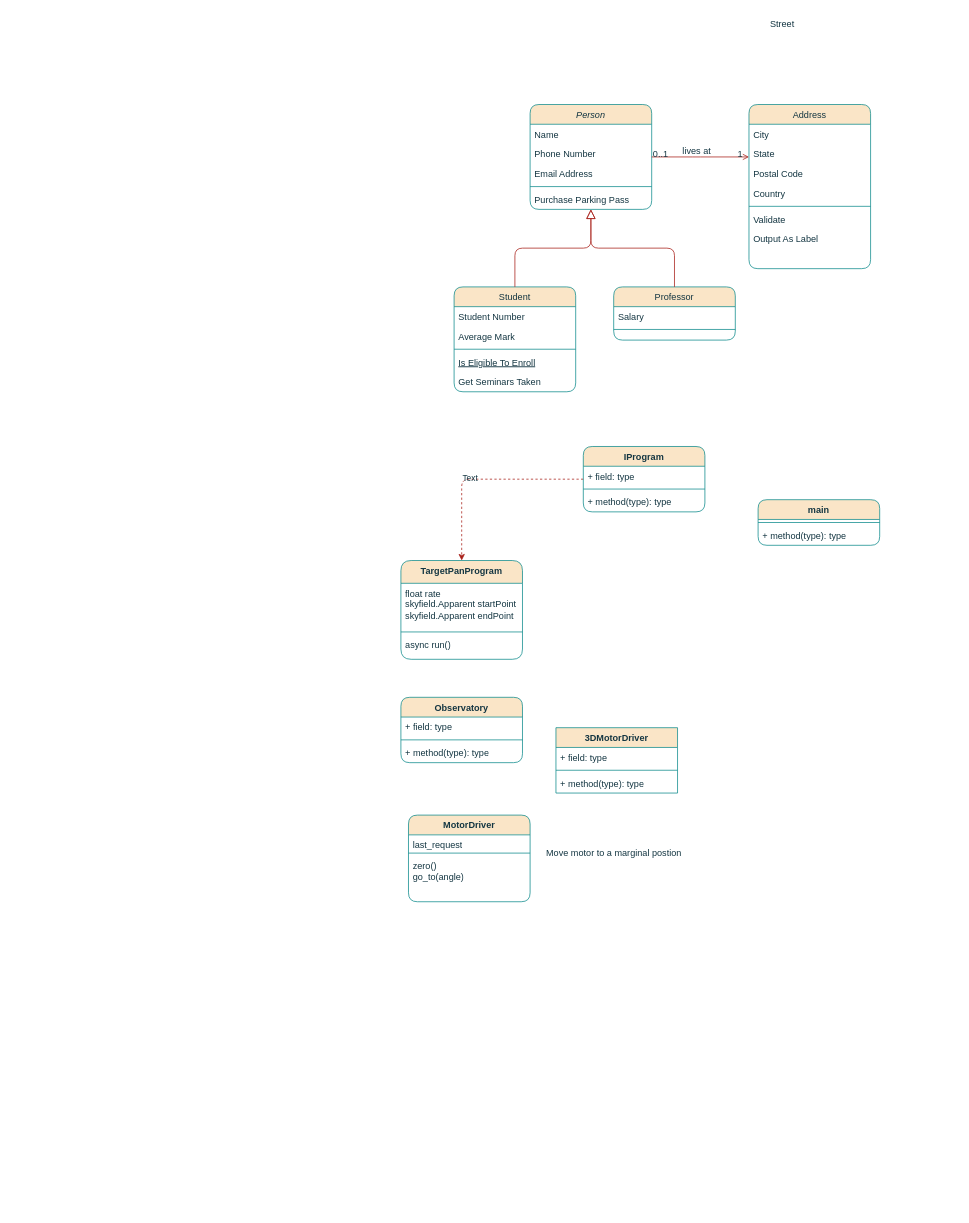
This is Untitled Diagram.drawio from SkyTrackerz/AstroTrekker, a draw.io file, before an edit. Source tidied: cells renumbered, new cells numbered last; positions are measured from the earlier drawing's top-left corner, leaving out a move shared by most shapes. Both pictures are drawn from the tidied source at 76%, with x=0, y=0 at pixel (401, 13).
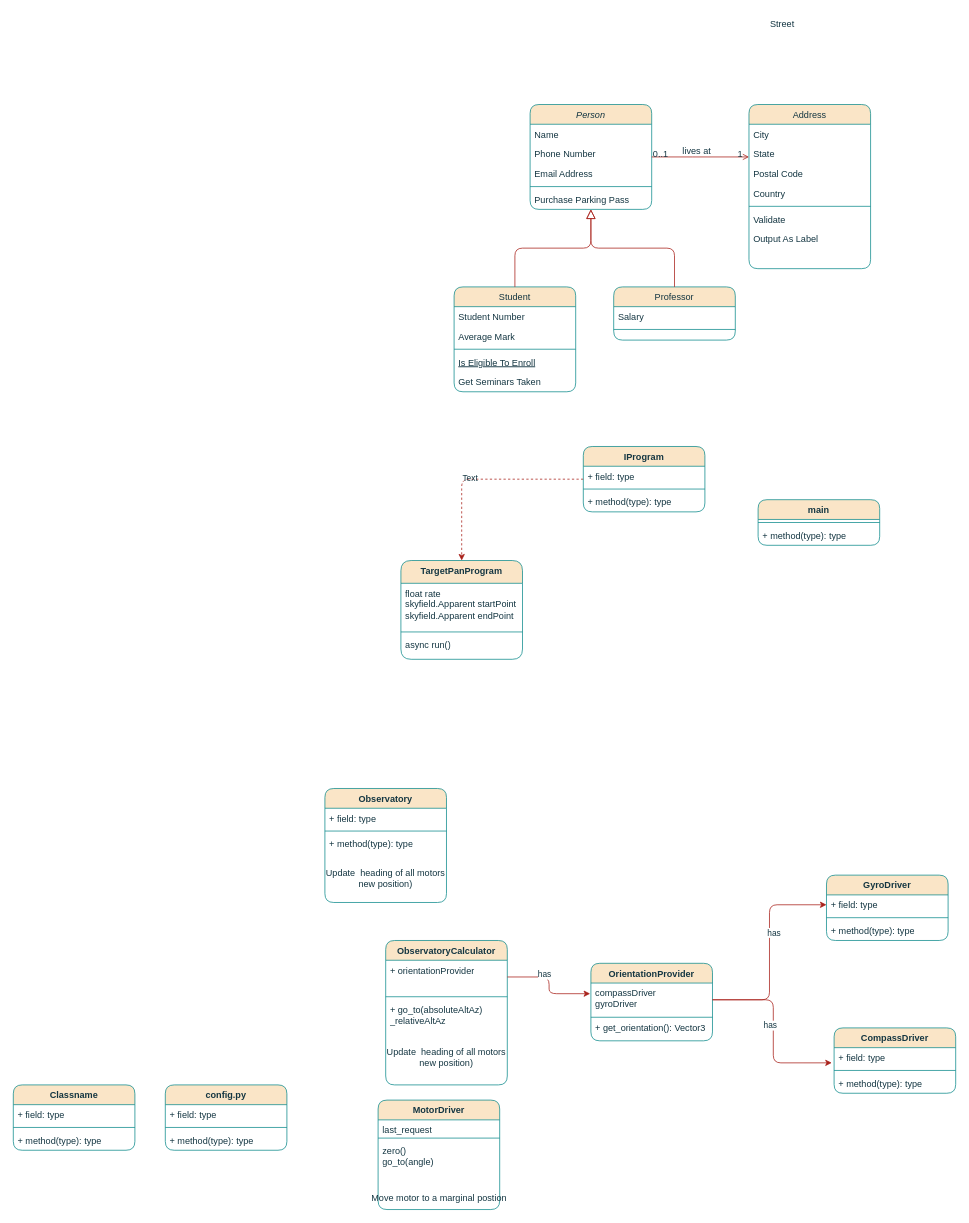
After the change.

Diff of the diagram source:
```diff
@@
     <mxCell id="45" value="Observatory" style="swimlane;fontStyle=1;align=center;verticalAlign=top;horizontal=1;startSize=26;whiteSpace=wrap;html=1;rounded=1;labelBackgroundColor=none;fillColor=#FAE5C7;strokeColor=#0F8B8D;fontColor=#143642;" parent="1" vertex="1">
-      <mxGeometry y="900" width="160" height="86" as="geometry" />
+      <mxGeometry x="-100" y="1020" width="160" height="150" as="geometry" />
     </mxCell>
@@
+    <mxCell id="58" value="Update&amp;nbsp; heading of all motors new position)" style="text;html=1;strokeColor=none;fillColor=none;align=center;verticalAlign=middle;whiteSpace=wrap;rounded=0;fontColor=#143642;" parent="45" vertex="1">
+      <mxGeometry y="86" width="160" height="64" as="geometry" />
+    </mxCell>
     <mxCell id="49" value="&lt;div&gt;MotorDriver&lt;/div&gt;&lt;div&gt;&lt;br&gt;&lt;/div&gt;" style="swimlane;fontStyle=1;align=center;verticalAlign=top;horizontal=1;startSize=26;whiteSpace=wrap;html=1;rounded=1;labelBackgroundColor=none;fillColor=#FAE5C7;strokeColor=#0F8B8D;fontColor=#143642;" parent="1" vertex="1">
-      <mxGeometry x="10" y="1055" width="160" height="114" as="geometry" />
+      <mxGeometry x="-30" y="1430" width="160" height="144" as="geometry" />
     </mxCell>
@@
-    <mxCell id="53" value="&lt;div&gt;Move motor to a marginal postion&lt;/div&gt;" style="text;html=1;align=center;verticalAlign=middle;strokeColor=none;fillColor=none;rounded=1;labelBackgroundColor=none;fontColor=#143642;" parent="1" vertex="1">
-      <mxGeometry x="175" y="1090" width="210" height="30" as="geometry" />
+    <mxCell id="53" value="&lt;div&gt;Move motor to a marginal postion&lt;/div&gt;" style="text;html=1;align=center;verticalAlign=middle;strokeColor=none;fillColor=none;rounded=1;labelBackgroundColor=none;fontColor=#143642;" parent="49" vertex="1">
+      <mxGeometry y="114" width="160" height="30" as="geometry" />
     </mxCell>
-    <mxCell id="54" value="3DMotorDriver" style="swimlane;fontStyle=1;align=center;verticalAlign=top;horizontal=1;startSize=26;whiteSpace=wrap;html=1;strokeColor=#0F8B8D;fontColor=#143642;fillColor=#FAE5C7;" parent="1" vertex="1">
-      <mxGeometry x="204" y="940" width="160" height="86" as="geometry" />
+    <mxCell id="54" value="ObservatoryCalculator" style="swimlane;fontStyle=1;align=center;verticalAlign=top;horizontal=1;startSize=26;whiteSpace=wrap;html=1;strokeColor=#0F8B8D;fontColor=#143642;fillColor=#FAE5C7;rounded=1;" parent="1" vertex="1">
+      <mxGeometry x="-20" y="1220" width="160" height="190" as="geometry" />
     </mxCell>
-    <mxCell id="55" value="+ field: type" style="text;strokeColor=none;fillColor=none;align=left;verticalAlign=top;spacingLeft=4;spacingRight=4;overflow=hidden;points=[[0,0.5],[1,0.5]];portConstraint=eastwest;whiteSpace=wrap;html=1;fontColor=#143642;" parent="54" vertex="1">
-      <mxGeometry y="26" width="160" height="26" as="geometry" />
+    <mxCell id="55" value="&lt;div&gt;+ orientationProvider&lt;/div&gt;&lt;div&gt;&lt;br&gt;&lt;/div&gt;" style="text;strokeColor=none;fillColor=none;align=left;verticalAlign=top;spacingLeft=4;spacingRight=4;overflow=hidden;points=[[0,0.5],[1,0.5]];portConstraint=eastwest;whiteSpace=wrap;html=1;fontColor=#143642;rounded=1;" parent="54" vertex="1">
+      <mxGeometry y="26" width="160" height="44" as="geometry" />
     </mxCell>
-    <mxCell id="56" style="line;strokeWidth=1;fillColor=none;align=left;verticalAlign=middle;spacingTop=-1;spacingLeft=3;spacingRight=3;labelPosition=right;strokeColor=inherit;fontColor=#143642;" parent="54" vertex="1">
-      <mxGeometry y="52" width="160" height="8" as="geometry" />
+    <mxCell id="56" style="line;strokeWidth=1;fillColor=none;align=left;verticalAlign=middle;spacingTop=-1;spacingLeft=3;spacingRight=3;labelPosition=right;strokeColor=inherit;fontColor=#143642;rounded=1;" parent="54" vertex="1">
+      <mxGeometry y="70" width="160" height="8" as="geometry" />
     </mxCell>
-    <mxCell id="57" value="+ method(type): type" style="text;strokeColor=none;fillColor=none;align=left;verticalAlign=top;spacingLeft=4;spacingRight=4;overflow=hidden;whiteSpace=wrap;html=1;fontColor=#143642;" parent="54" vertex="1">
-      <mxGeometry y="60" width="160" height="26" as="geometry" />
+    <mxCell id="57" value="&lt;div&gt;+ go_to(absoluteAltAz)&lt;/div&gt;&lt;div&gt;_relativeAltAz&lt;br&gt;&lt;/div&gt;" style="text;strokeColor=none;fillColor=none;align=left;verticalAlign=top;spacingLeft=4;spacingRight=4;overflow=hidden;whiteSpace=wrap;html=1;fontColor=#143642;rounded=1;" parent="54" vertex="1">
+      <mxGeometry y="78" width="160" height="40" as="geometry" />
     </mxCell>
+    <mxCell id="59" value="Update&amp;nbsp; heading of all motors new position)" style="text;html=1;strokeColor=none;fillColor=none;align=center;verticalAlign=middle;whiteSpace=wrap;rounded=0;fontColor=#143642;" parent="54" vertex="1">
+      <mxGeometry y="118" width="160" height="72" as="geometry" />
+    </mxCell>
+    <mxCell id="60" value="OrientationProvider" style="swimlane;fontStyle=1;align=center;verticalAlign=top;horizontal=1;startSize=26;whiteSpace=wrap;html=1;rounded=1;strokeColor=#0F8B8D;fontColor=#143642;fillColor=#FAE5C7;" parent="1" vertex="1">
+      <mxGeometry x="250" y="1250" width="160" height="102" as="geometry" />
+    </mxCell>
+    <mxCell id="61" value="&lt;div&gt;compassDriver&lt;/div&gt;&lt;div&gt;gyroDriver&lt;br&gt;&lt;/div&gt;" style="text;strokeColor=none;fillColor=none;align=left;verticalAlign=top;spacingLeft=4;spacingRight=4;overflow=hidden;points=[[0,0.5],[1,0.5]];portConstraint=eastwest;whiteSpace=wrap;html=1;fontColor=#143642;" parent="60" vertex="1">
+      <mxGeometry y="26" width="160" height="44" as="geometry" />
+    </mxCell>
+    <mxCell id="62" style="line;strokeWidth=1;fillColor=none;align=left;verticalAlign=middle;spacingTop=-1;spacingLeft=3;spacingRight=3;labelPosition=right;strokeColor=inherit;rounded=1;fontColor=#143642;" parent="60" vertex="1">
+      <mxGeometry y="70" width="160" height="2" as="geometry" />
+    </mxCell>
+    <mxCell id="63" value="+ get_orientation(): Vector3" style="text;strokeColor=none;fillColor=none;align=left;verticalAlign=top;spacingLeft=4;spacingRight=4;overflow=hidden;whiteSpace=wrap;html=1;fontColor=#143642;" parent="60" vertex="1">
+      <mxGeometry y="72" width="160" height="30" as="geometry" />
+    </mxCell>
+    <mxCell id="64" value="CompassDriver" style="swimlane;fontStyle=1;align=center;verticalAlign=top;horizontal=1;startSize=26;whiteSpace=wrap;html=1;rounded=1;strokeColor=#0F8B8D;fontColor=#143642;fillColor=#FAE5C7;" parent="1" vertex="1">
+      <mxGeometry x="570" y="1335" width="160" height="86" as="geometry" />
+    </mxCell>
+    <mxCell id="65" value="+ field: type" style="text;strokeColor=none;fillColor=none;align=left;verticalAlign=top;spacingLeft=4;spacingRight=4;overflow=hidden;points=[[0,0.5],[1,0.5]];portConstraint=eastwest;whiteSpace=wrap;html=1;fontColor=#143642;" parent="64" vertex="1">
+      <mxGeometry y="26" width="160" height="26" as="geometry" />
+    </mxCell>
+    <mxCell id="66" style="line;strokeWidth=1;fillColor=none;align=left;verticalAlign=middle;spacingTop=-1;spacingLeft=3;spacingRight=3;labelPosition=right;strokeColor=inherit;rounded=1;fontColor=#143642;" parent="64" vertex="1">
+      <mxGeometry y="52" width="160" height="8" as="geometry" />
+    </mxCell>
+    <mxCell id="67" value="+ method(type): type" style="text;strokeColor=none;fillColor=none;align=left;verticalAlign=top;spacingLeft=4;spacingRight=4;overflow=hidden;whiteSpace=wrap;html=1;fontColor=#143642;" parent="64" vertex="1">
+      <mxGeometry y="60" width="160" height="26" as="geometry" />
+    </mxCell>
+    <mxCell id="68" value="GyroDriver" style="swimlane;fontStyle=1;align=center;verticalAlign=top;horizontal=1;startSize=26;whiteSpace=wrap;html=1;rounded=1;strokeColor=#0F8B8D;fontColor=#143642;fillColor=#FAE5C7;" parent="1" vertex="1">
+      <mxGeometry x="560" y="1134" width="160" height="86" as="geometry" />
+    </mxCell>
+    <mxCell id="69" value="+ field: type" style="text;strokeColor=none;fillColor=none;align=left;verticalAlign=top;spacingLeft=4;spacingRight=4;overflow=hidden;points=[[0,0.5],[1,0.5]];portConstraint=eastwest;whiteSpace=wrap;html=1;fontColor=#143642;" parent="68" vertex="1">
+      <mxGeometry y="26" width="160" height="26" as="geometry" />
+    </mxCell>
+    <mxCell id="70" style="line;strokeWidth=1;fillColor=none;align=left;verticalAlign=middle;spacingTop=-1;spacingLeft=3;spacingRight=3;labelPosition=right;strokeColor=inherit;rounded=1;fontColor=#143642;" parent="68" vertex="1">
+      <mxGeometry y="52" width="160" height="8" as="geometry" />
+    </mxCell>
+    <mxCell id="71" value="+ method(type): type" style="text;strokeColor=none;fillColor=none;align=left;verticalAlign=top;spacingLeft=4;spacingRight=4;overflow=hidden;whiteSpace=wrap;html=1;fontColor=#143642;" parent="68" vertex="1">
+      <mxGeometry y="60" width="160" height="26" as="geometry" />
+    </mxCell>
+    <mxCell id="72" style="edgeStyle=orthogonalEdgeStyle;rounded=1;jettySize=auto;html=1;entryX=-0.006;entryY=0.318;entryDx=0;entryDy=0;entryPerimeter=0;strokeColor=#A8201A;fontColor=#143642;fillColor=#FAE5C7;" parent="1" edge="1" source="55" target="61">
+      <mxGeometry relative="1" as="geometry" />
+    </mxCell>
+    <mxCell id="73" value="has" style="edgeLabel;html=1;align=center;verticalAlign=middle;fontColor=#143642;" parent="72" vertex="1">
+      <mxGeometry x="-0.26" y="4" relative="1" as="geometry" />
+    </mxCell>
+    <mxCell id="74" style="edgeStyle=orthogonalEdgeStyle;rounded=1;jettySize=auto;html=1;entryX=0;entryY=0.5;entryDx=0;entryDy=0;strokeColor=#A8201A;fontColor=#143642;fillColor=#FAE5C7;" parent="1" edge="1" source="61" target="69">
+      <mxGeometry relative="1" as="geometry" />
+    </mxCell>
+    <mxCell id="75" value="has" style="edgeLabel;html=1;align=center;verticalAlign=middle;fontColor=#143642;" parent="74" vertex="1">
+      <mxGeometry x="0.19" y="-5" relative="1" as="geometry" />
+    </mxCell>
+    <mxCell id="76" style="edgeStyle=orthogonalEdgeStyle;rounded=1;jettySize=auto;html=1;entryX=-0.019;entryY=0.769;entryDx=0;entryDy=0;entryPerimeter=0;strokeColor=#A8201A;fontColor=#143642;fillColor=#FAE5C7;" parent="1" edge="1" source="61" target="65">
+      <mxGeometry relative="1" as="geometry" />
+    </mxCell>
+    <mxCell id="77" value="has" style="edgeLabel;html=1;align=center;verticalAlign=middle;fontColor=#143642;" parent="76" vertex="1">
+      <mxGeometry x="-0.06" y="-5" relative="1" as="geometry" />
+    </mxCell>
+    <mxCell id="78" value="Classname" style="swimlane;fontStyle=1;align=center;verticalAlign=top;horizontal=1;startSize=26;whiteSpace=wrap;html=1;rounded=1;strokeColor=#0F8B8D;fontColor=#143642;fillColor=#FAE5C7;" parent="1" vertex="1">
+      <mxGeometry x="-510" y="1410" width="160" height="86" as="geometry" />
+    </mxCell>
+    <mxCell id="79" value="+ field: type" style="text;strokeColor=none;fillColor=none;align=left;verticalAlign=top;spacingLeft=4;spacingRight=4;overflow=hidden;whiteSpace=wrap;html=1;fontColor=#143642;" parent="78" vertex="1">
+      <mxGeometry y="26" width="160" height="26" as="geometry" />
+    </mxCell>
+    <mxCell id="80" style="line;strokeWidth=1;fillColor=none;align=left;verticalAlign=middle;spacingTop=-1;spacingLeft=3;spacingRight=3;labelPosition=right;strokeColor=inherit;rounded=1;fontColor=#143642;" parent="78" vertex="1">
+      <mxGeometry y="52" width="160" height="8" as="geometry" />
+    </mxCell>
+    <mxCell id="81" value="+ method(type): type" style="text;strokeColor=none;fillColor=none;align=left;verticalAlign=top;spacingLeft=4;spacingRight=4;overflow=hidden;whiteSpace=wrap;html=1;fontColor=#143642;" parent="78" vertex="1">
+      <mxGeometry y="60" width="160" height="26" as="geometry" />
+    </mxCell>
+    <mxCell id="82" value="config.py" style="swimlane;fontStyle=1;align=center;verticalAlign=top;horizontal=1;startSize=26;whiteSpace=wrap;html=1;rounded=1;strokeColor=#0F8B8D;fontColor=#143642;fillColor=#FAE5C7;" parent="1" vertex="1">
+      <mxGeometry x="-310" y="1410" width="160" height="86" as="geometry" />
+    </mxCell>
+    <mxCell id="83" value="+ field: type" style="text;strokeColor=none;fillColor=none;align=left;verticalAlign=top;spacingLeft=4;spacingRight=4;overflow=hidden;whiteSpace=wrap;html=1;fontColor=#143642;" parent="82" vertex="1">
+      <mxGeometry y="26" width="160" height="26" as="geometry" />
+    </mxCell>
+    <mxCell id="84" style="line;strokeWidth=1;fillColor=none;align=left;verticalAlign=middle;spacingTop=-1;spacingLeft=3;spacingRight=3;labelPosition=right;strokeColor=inherit;rounded=1;fontColor=#143642;" parent="82" vertex="1">
+      <mxGeometry y="52" width="160" height="8" as="geometry" />
+    </mxCell>
+    <mxCell id="85" value="+ method(type): type" style="text;strokeColor=none;fillColor=none;align=left;verticalAlign=top;spacingLeft=4;spacingRight=4;overflow=hidden;whiteSpace=wrap;html=1;fontColor=#143642;" parent="82" vertex="1">
+      <mxGeometry y="60" width="160" height="26" as="geometry" />
+    </mxCell>
```
